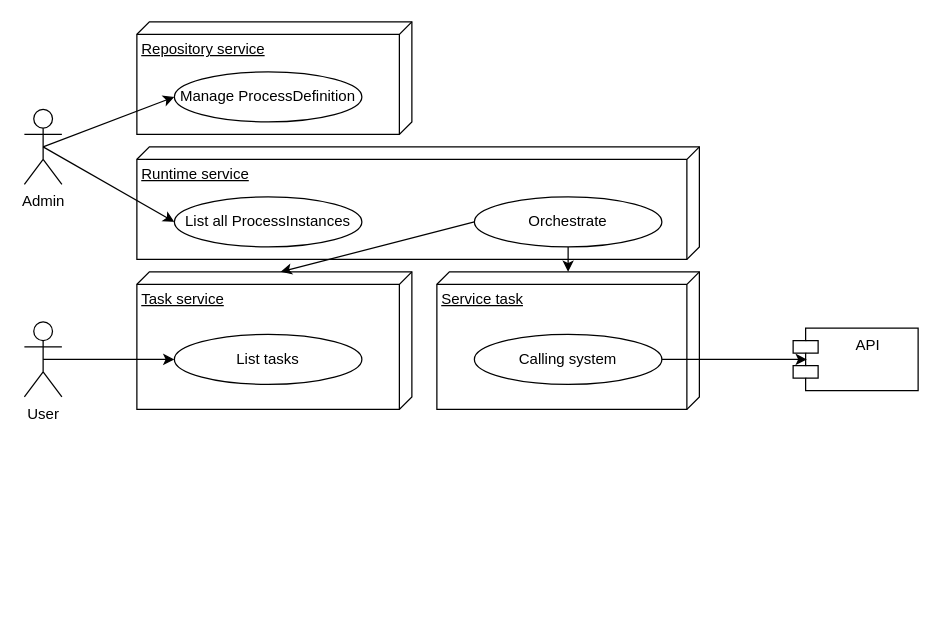
This is worklow-activiti/docs/Activiti.drawio from frtu/sample-code, a draw.io file, before an edit. Source tidied: cells renumbered, new cells numbered last; positions are measured from the earlier drawing's top-left corner, leaving out a move shared by most shapes. Both pictures are drawn from the tidied source at 125%, with x=0, y=0 at pixel (24, 21).
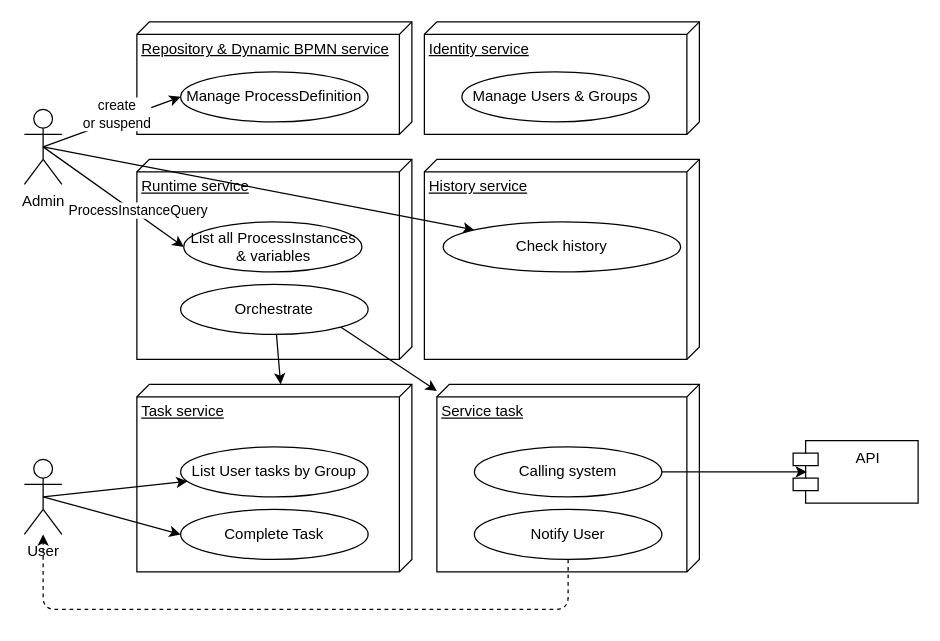
Above is the later version.

The change refers to these unchanged cells:
```xml
<mxCell id="11" value="Admin" style="shape=umlActor;verticalLabelPosition=bottom;verticalAlign=top;html=1;outlineConnect=0;" parent="1" vertex="1">
  <mxGeometry y="70" width="30" height="60" as="geometry" />
</mxCell>
<mxCell id="13" style="endArrow=classic;html=1;exitX=0.5;exitY=0.5;exitDx=0;exitDy=0;exitPerimeter=0;entryX=0;entryY=0.5;entryDx=0;entryDy=0;" parent="1" edge="1" source="11" target="12">
  <mxGeometry relative="1" as="geometry" />
</mxCell>
```

What changed in the source:
```diff
@@
     <mxCell id="2" value="User" style="shape=umlActor;verticalLabelPosition=bottom;verticalAlign=top;html=1;outlineConnect=0;" parent="1" vertex="1">
-      <mxGeometry y="240" width="30" height="60" as="geometry" />
+      <mxGeometry y="350" width="30" height="60" as="geometry" />
     </mxCell>
     <mxCell id="3" value="Task service" style="verticalAlign=top;align=left;spacingTop=8;spacingLeft=2;spacingRight=12;shape=cube;size=10;direction=south;fontStyle=4;html=1;" parent="1" vertex="1">
-      <mxGeometry x="90" y="200" width="220" height="110" as="geometry" />
+      <mxGeometry x="90" y="290" width="220" height="150" as="geometry" />
     </mxCell>
-    <mxCell id="4" value="List tasks" style="ellipse;whiteSpace=wrap;html=1;" parent="1" vertex="1">
-      <mxGeometry x="120" y="250" width="150" height="40" as="geometry" />
+    <mxCell id="4" value="List User tasks by Group" style="ellipse;whiteSpace=wrap;html=1;" parent="1" vertex="1">
+      <mxGeometry x="125" y="340" width="150" height="40" as="geometry" />
     </mxCell>
     <mxCell id="5" value="Service task" style="verticalAlign=top;align=left;spacingTop=8;spacingLeft=2;spacingRight=12;shape=cube;size=10;direction=south;fontStyle=4;html=1;" parent="1" vertex="1">
-      <mxGeometry x="330" y="200" width="210" height="110" as="geometry" />
+      <mxGeometry x="330" y="290" width="210" height="150" as="geometry" />
     </mxCell>
     <mxCell id="6" value="Calling system" style="ellipse;whiteSpace=wrap;html=1;" parent="1" vertex="1">
-      <mxGeometry x="360" y="250" width="150" height="40" as="geometry" />
+      <mxGeometry x="360" y="340" width="150" height="40" as="geometry" />
     </mxCell>
     <mxCell id="7" value="API" style="shape=module;align=left;spacingLeft=20;align=center;verticalAlign=top;" parent="1" vertex="1">
-      <mxGeometry x="615" y="245" width="100" height="50" as="geometry" />
+      <mxGeometry x="615" y="335" width="100" height="50" as="geometry" />
     </mxCell>
@@
-    <mxCell id="10" value="Repository service" style="verticalAlign=top;align=left;spacingTop=8;spacingLeft=2;spacingRight=12;shape=cube;size=10;direction=south;fontStyle=4;html=1;" parent="1" vertex="1">
+    <mxCell id="10" value="Repository &amp;amp; Dynamic BPMN service" style="verticalAlign=top;align=left;spacingTop=8;spacingLeft=2;spacingRight=12;shape=cube;size=10;direction=south;fontStyle=4;html=1;" parent="1" vertex="1">
       <mxGeometry x="90" width="220" height="90" as="geometry" />
     </mxCell>
@@
     <mxCell id="12" value="Manage ProcessDefinition" style="ellipse;whiteSpace=wrap;html=1;" parent="1" vertex="1">
-      <mxGeometry x="120" y="40" width="150" height="40" as="geometry" />
+      <mxGeometry x="125" y="40" width="150" height="40" as="geometry" />
     </mxCell>
@@
+    <mxCell id="20" value="create &lt;br&gt;or suspend" style="edgeLabel;html=1;align=center;verticalAlign=middle;" parent="13" vertex="1">
+      <mxGeometry x="0.08" y="5" relative="1" as="geometry">
+        <mxPoint x="1" as="offset" />
+      </mxGeometry>
+    </mxCell>
-    <mxCell id="14" value="Runtime service" style="verticalAlign=top;align=left;spacingTop=8;spacingLeft=2;spacingRight=12;shape=cube;size=10;direction=south;fontStyle=4;html=1;" parent="1" vertex="1">
-      <mxGeometry x="90" y="100" width="450" height="90" as="geometry" />
+    <mxCell id="14" value="History service" style="verticalAlign=top;align=left;spacingTop=8;spacingLeft=2;spacingRight=12;shape=cube;size=10;direction=south;fontStyle=4;html=1;" parent="1" vertex="1">
+      <mxGeometry x="320" y="110" width="220" height="160" as="geometry" />
     </mxCell>
-    <mxCell id="15" value="List all ProcessInstances" style="ellipse;whiteSpace=wrap;html=1;" parent="1" vertex="1">
-      <mxGeometry x="120" y="140" width="150" height="40" as="geometry" />
-    </mxCell>
-    <mxCell id="16" style="endArrow=classic;html=1;exitX=0.5;exitY=0.5;exitDx=0;exitDy=0;exitPerimeter=0;entryX=0;entryY=0.5;entryDx=0;entryDy=0;" parent="1" edge="1" source="11" target="15">
-      <mxGeometry relative="1" as="geometry" />
-    </mxCell>
-    <mxCell id="17" value="Orchestrate" style="ellipse;whiteSpace=wrap;html=1;" parent="1" vertex="1">
-      <mxGeometry x="360" y="140" width="150" height="40" as="geometry" />
-    </mxCell>
+    <mxCell id="21" value="Identity service" style="verticalAlign=top;align=left;spacingTop=8;spacingLeft=2;spacingRight=12;shape=cube;size=10;direction=south;fontStyle=4;html=1;" parent="1" vertex="1">
+      <mxGeometry x="320" width="220" height="90" as="geometry" />
+    </mxCell>
+    <mxCell id="22" value="Manage Users &amp;amp; Groups" style="ellipse;whiteSpace=wrap;html=1;" parent="1" vertex="1">
+      <mxGeometry x="350" y="40" width="150" height="40" as="geometry" />
+    </mxCell>
+    <mxCell id="23" value="Runtime service" style="verticalAlign=top;align=left;spacingTop=8;spacingLeft=2;spacingRight=12;shape=cube;size=10;direction=south;fontStyle=4;html=1;" parent="1" vertex="1">
+      <mxGeometry x="90" y="110" width="220" height="160" as="geometry" />
+    </mxCell>
-    <mxCell id="18" style="endArrow=classic;html=1;exitX=0;exitY=0.5;exitDx=0;exitDy=0;entryX=0;entryY=0;entryDx=0;entryDy=105;entryPerimeter=0;" parent="1" edge="1" source="17" target="3">
+    <mxCell id="18" style="endArrow=classic;html=1;entryX=0;entryY=0;entryDx=0;entryDy=105;entryPerimeter=0;" parent="1" edge="1" source="17" target="3">
       <mxGeometry relative="1" as="geometry" />
     </mxCell>
-    <mxCell id="19" style="endArrow=classic;html=1;exitX=0.5;exitY=1;exitDx=0;exitDy=0;" parent="1" edge="1" source="17" target="5">
+    <mxCell id="19" style="endArrow=classic;html=1;exitX=1;exitY=1;exitDx=0;exitDy=0;" parent="1" edge="1" source="17" target="5">
       <mxGeometry relative="1" as="geometry" />
     </mxCell>
+    <mxCell id="17" value="Orchestrate" style="ellipse;whiteSpace=wrap;html=1;" parent="1" vertex="1">
+      <mxGeometry x="125" y="210" width="150" height="40" as="geometry" />
+    </mxCell>
+    <mxCell id="24" value="Check history" style="ellipse;whiteSpace=wrap;html=1;" parent="1" vertex="1">
+      <mxGeometry x="335" y="160" width="190" height="40" as="geometry" />
+    </mxCell>
+    <mxCell id="15" value="List all ProcessInstances &amp;amp; variables" style="ellipse;whiteSpace=wrap;html=1;" parent="1" vertex="1">
+      <mxGeometry x="127.5" y="160" width="142.5" height="40" as="geometry" />
+    </mxCell>
+    <mxCell id="25" style="endArrow=classic;html=1;exitX=0.5;exitY=0.5;exitDx=0;exitDy=0;exitPerimeter=0;entryX=0;entryY=0.5;entryDx=0;entryDy=0;" parent="1" edge="1" source="11" target="15">
+      <mxGeometry relative="1" as="geometry" />
+    </mxCell>
+    <mxCell id="26" value="ProcessInstanceQuery" style="edgeLabel;html=1;align=center;verticalAlign=middle;" parent="25" vertex="1">
+      <mxGeometry x="0.56" y="-3" relative="1" as="geometry">
+        <mxPoint x="-10.5" y="-14.4" as="offset" />
+      </mxGeometry>
+    </mxCell>
+    <mxCell id="16" style="endArrow=classic;html=1;exitX=0.5;exitY=0.5;exitDx=0;exitDy=0;exitPerimeter=0;" parent="1" edge="1" source="11" target="24">
+      <mxGeometry relative="1" as="geometry" />
+    </mxCell>
+    <mxCell id="27" value="Complete Task" style="ellipse;whiteSpace=wrap;html=1;" parent="1" vertex="1">
+      <mxGeometry x="125" y="390" width="150" height="40" as="geometry" />
+    </mxCell>
+    <mxCell id="28" style="endArrow=classic;html=1;exitX=0.5;exitY=0.5;exitDx=0;exitDy=0;exitPerimeter=0;entryX=0;entryY=0.5;entryDx=0;entryDy=0;" parent="1" edge="1" source="2" target="27">
+      <mxGeometry relative="1" as="geometry" />
+    </mxCell>
+    <mxCell id="29" value="Notify User" style="ellipse;whiteSpace=wrap;html=1;" parent="1" vertex="1">
+      <mxGeometry x="360" y="390" width="150" height="40" as="geometry" />
+    </mxCell>
+    <mxCell id="30" style="endArrow=classic;html=1;exitX=0.5;exitY=1;exitDx=0;exitDy=0;dashed=1;" parent="1" edge="1" source="29" target="2">
+      <mxGeometry relative="1" as="geometry">
+        <Array as="points">
+          <mxPoint x="435" y="470" />
+          <mxPoint x="15" y="470" />
+        </Array>
+      </mxGeometry>
+    </mxCell>
```
